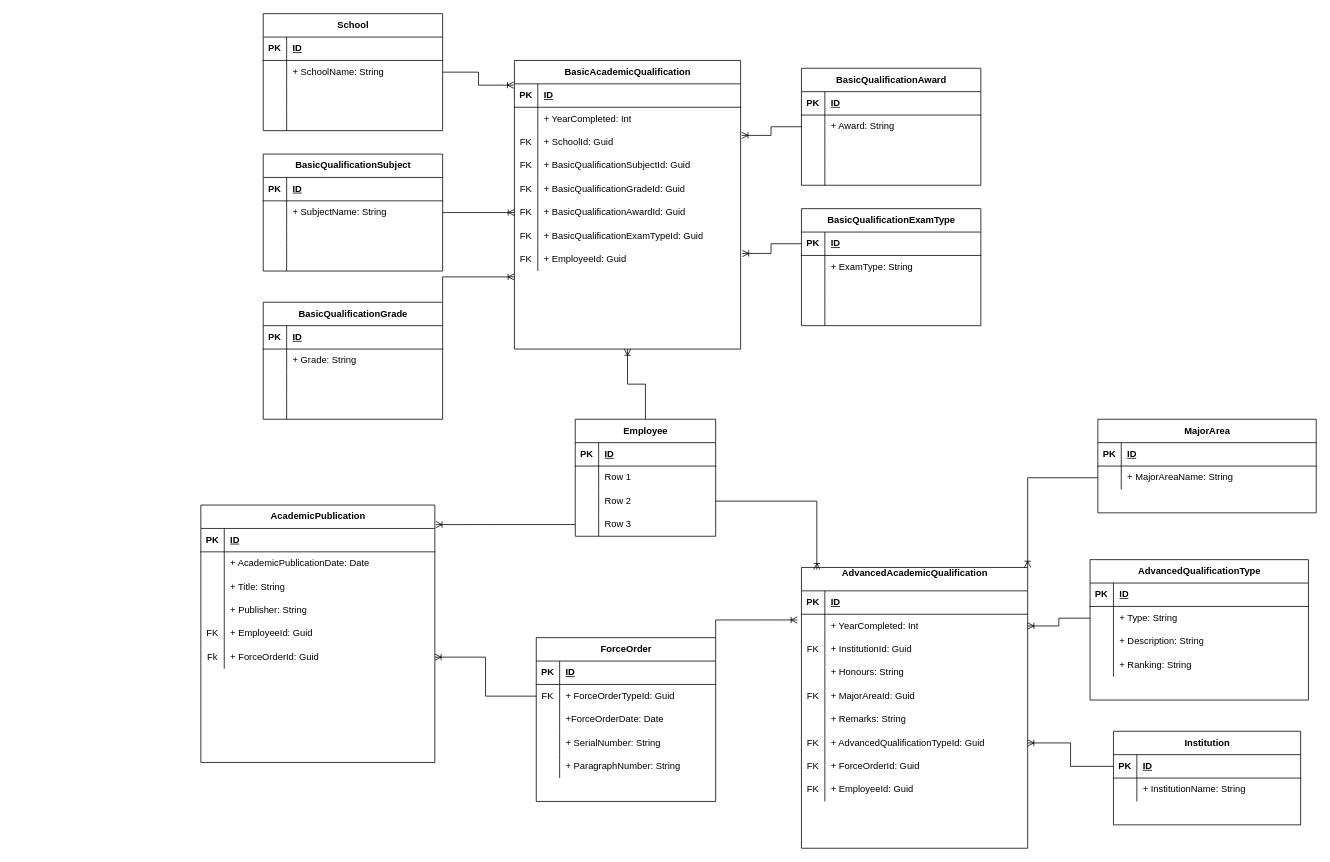
Above: page "Academic Qualifications" (4 of 5) of GDFHrmsDesignDocs.drawio in ResearchAndDevelopmentSignal/GDFHRMSDesignDocs (draw.io), before the change. Source tidied: cells renumbered, new cells numbered last; positions are measured from the earlier drawing's top-left corner, leaving out a move shared by most shapes. Both pictures are drawn from the tidied source at 78%, with x=0, y=0 at pixel (200, 13).
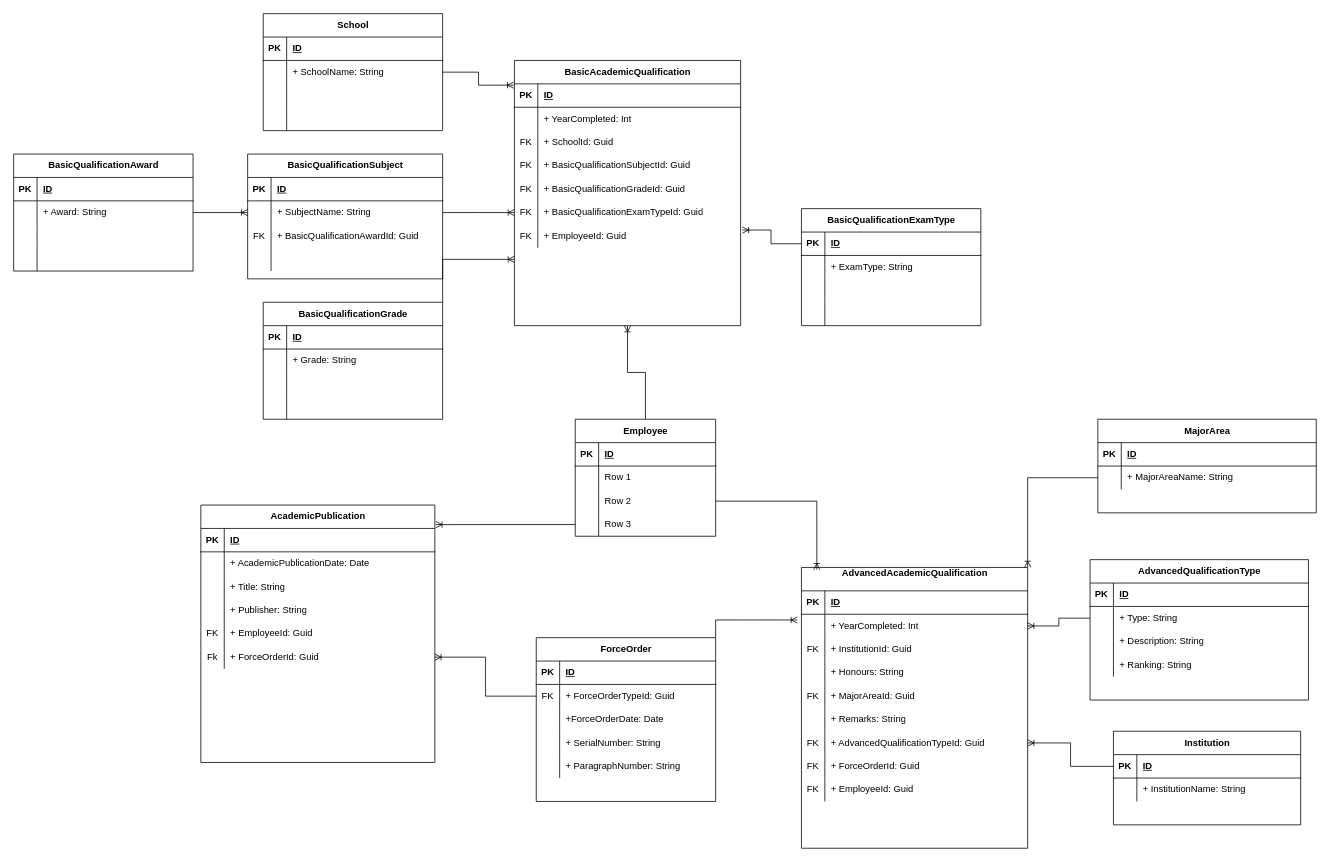
The same page after the edit.

The change refers to these unchanged cells:
```xml
<mxCell id="39" style="shape=tableRow;horizontal=0;startSize=0;swimlaneHead=0;swimlaneBody=0;fillColor=none;points=[[0,0.5],[1,0.5]];portConstraint=eastwest;top=0;left=0;right=0;bottom=0;" parent="32" vertex="1">
  <mxGeometry y="90" width="290" height="30" as="geometry" />
</mxCell>
<mxCell id="89" style="shape=tableRow;horizontal=0;startSize=0;swimlaneHead=0;swimlaneBody=0;fillColor=none;points=[[0,0.5],[1,0.5]];portConstraint=eastwest;top=0;left=0;right=0;bottom=0;" parent="85" vertex="1">
  <mxGeometry y="60" width="230" height="30" as="geometry" />
</mxCell>
```

Change to the diagram source:
```diff
@@
     <mxCell id="32" value="BasicAcademicQualification" style="shape=table;startSize=30;childLayout=tableLayout;rowLines=0;fontStyle=1;align=center;html=1;swimlaneLine=1;shadow=0;" parent="1" vertex="1">
-      <mxGeometry x="402" y="60" width="290" height="370" as="geometry" />
+      <mxGeometry x="402" y="60" width="290" height="340" as="geometry" />
     </mxCell>
@@
-    <mxCell id="48" style="shape=tableRow;horizontal=0;startSize=0;swimlaneHead=0;swimlaneBody=0;fillColor=none;points=[[0,0.5],[1,0.5]];portConstraint=eastwest;top=0;left=0;right=0;bottom=0;" parent="32" vertex="1">
-      <mxGeometry y="180" width="290" height="30" as="geometry" />
-    </mxCell>
-    <mxCell id="49" value="FK" style="shape=partialRectangle;fillColor=none;top=0;left=0;bottom=0;right=0;overflow=hidden;whiteSpace=wrap;html=1;" parent="48" vertex="1">
-      <mxGeometry width="30" height="30" as="geometry" />
-    </mxCell>
-    <mxCell id="50" value="+ BasicQualificationAwardId: Guid" style="shape=partialRectangle;fillColor=none;top=0;left=0;bottom=0;right=0;align=left;spacingLeft=6;overflow=hidden;whiteSpace=wrap;html=1;" parent="48" vertex="1">
-      <mxGeometry x="30" width="260" height="30" as="geometry" />
-    </mxCell>
     <mxCell id="51" style="shape=tableRow;horizontal=0;startSize=0;swimlaneHead=0;swimlaneBody=0;fillColor=none;top=0;left=0;right=0;bottom=0;" parent="32" vertex="1">
-      <mxGeometry y="210" width="290" height="30" as="geometry" />
+      <mxGeometry y="180" width="290" height="30" as="geometry" />
     </mxCell>
@@
     <mxCell id="54" style="shape=tableRow;horizontal=0;startSize=0;swimlaneHead=0;swimlaneBody=0;fillColor=none;points=[[0,0.5],[1,0.5]];portConstraint=eastwest;top=0;left=0;right=0;bottom=0;" parent="32" vertex="1">
-      <mxGeometry y="240" width="290" height="30" as="geometry" />
+      <mxGeometry y="210" width="290" height="30" as="geometry" />
     </mxCell>
@@
     <mxCell id="57" value="BasicQualificationSubject" style="shape=table;startSize=30;childLayout=tableLayout;rowLines=0;fontStyle=1;align=center;html=1;" parent="1" vertex="1">
-      <mxGeometry x="80" y="180" width="230" height="150" as="geometry" />
+      <mxGeometry x="60" y="180" width="250" height="160" as="geometry" />
     </mxCell>
     <mxCell id="58" style="shape=tableRow;horizontal=0;startSize=0;swimlaneHead=0;swimlaneBody=0;fillColor=none;top=0;left=0;right=0;bottom=1;" parent="57" vertex="1">
-      <mxGeometry y="30" width="230" height="30" as="geometry" />
+      <mxGeometry y="30" width="250" height="30" as="geometry" />
     </mxCell>
@@
     <mxCell id="60" value="ID" style="shape=partialRectangle;fillColor=none;top=0;left=0;bottom=0;right=0;align=left;spacingLeft=6;fontStyle=5;overflow=hidden;whiteSpace=wrap;html=1;" parent="58" vertex="1">
-      <mxGeometry x="30" width="200" height="30" as="geometry" />
+      <mxGeometry x="30" width="220" height="30" as="geometry" />
     </mxCell>
     <mxCell id="61" style="shape=tableRow;horizontal=0;startSize=0;swimlaneHead=0;swimlaneBody=0;fillColor=none;points=[[0,0.5],[1,0.5]];portConstraint=eastwest;top=0;left=0;right=0;bottom=0;" parent="57" vertex="1">
-      <mxGeometry y="60" width="230" height="30" as="geometry" />
+      <mxGeometry y="60" width="250" height="30" as="geometry" />
     </mxCell>
@@
     <mxCell id="63" value="+ SubjectName: String" style="shape=partialRectangle;fillColor=none;top=0;left=0;bottom=0;right=0;align=left;spacingLeft=6;overflow=hidden;whiteSpace=wrap;html=1;" parent="61" vertex="1">
-      <mxGeometry x="30" width="200" height="30" as="geometry" />
+      <mxGeometry x="30" width="220" height="30" as="geometry" />
     </mxCell>
     <mxCell id="64" style="shape=tableRow;horizontal=0;startSize=0;swimlaneHead=0;swimlaneBody=0;fillColor=none;top=0;left=0;right=0;bottom=0;" parent="57" vertex="1">
-      <mxGeometry y="90" width="230" height="30" as="geometry" />
+      <mxGeometry y="90" width="250" height="30" as="geometry" />
     </mxCell>
-    <mxCell id="65" style="shape=partialRectangle;fillColor=none;top=0;left=0;bottom=0;right=0;overflow=hidden;whiteSpace=wrap;html=1;" parent="64" vertex="1">
+    <mxCell id="65" value="FK" style="shape=partialRectangle;fillColor=none;top=0;left=0;bottom=0;right=0;overflow=hidden;whiteSpace=wrap;html=1;" parent="64" vertex="1">
       <mxGeometry width="30" height="30" as="geometry" />
     </mxCell>
-    <mxCell id="66" style="shape=partialRectangle;fillColor=none;top=0;left=0;bottom=0;right=0;align=left;spacingLeft=6;overflow=hidden;whiteSpace=wrap;html=1;" parent="64" vertex="1">
-      <mxGeometry x="30" width="200" height="30" as="geometry" />
+    <mxCell id="66" value="+ BasicQualificationAwardId: Guid" style="shape=partialRectangle;fillColor=none;top=0;left=0;bottom=0;right=0;align=left;spacingLeft=6;overflow=hidden;whiteSpace=wrap;html=1;" parent="64" vertex="1">
+      <mxGeometry x="30" width="220" height="30" as="geometry" />
     </mxCell>
     <mxCell id="67" style="shape=tableRow;horizontal=0;startSize=0;swimlaneHead=0;swimlaneBody=0;fillColor=none;top=0;left=0;right=0;bottom=0;" parent="57" vertex="1">
-      <mxGeometry y="120" width="230" height="30" as="geometry" />
+      <mxGeometry y="120" width="250" height="30" as="geometry" />
     </mxCell>
@@
     <mxCell id="69" style="shape=partialRectangle;fillColor=none;top=0;left=0;bottom=0;right=0;align=left;spacingLeft=6;overflow=hidden;whiteSpace=wrap;html=1;" parent="67" vertex="1">
-      <mxGeometry x="30" width="200" height="30" as="geometry" />
+      <mxGeometry x="30" width="220" height="30" as="geometry" />
     </mxCell>
@@
     <mxCell id="85" value="BasicQualificationAward" style="shape=table;startSize=30;childLayout=tableLayout;rowLines=0;fontStyle=1;align=center;html=1;" parent="1" vertex="1">
-      <mxGeometry x="770" y="70" width="230" height="150" as="geometry" />
+      <mxGeometry x="-240" y="180" width="230" height="150" as="geometry" />
     </mxCell>
@@
-    <mxCell id="125" style="edgeStyle=orthogonalEdgeStyle;rounded=0;jettySize=auto;html=1;exitX=1;exitY=0.5;exitDx=0;exitDy=0;entryX=0;entryY=0.5;entryDx=0;entryDy=0;endArrow=ERoneToMany;endFill=0;" parent="1" edge="1" source="61" target="48">
-      <mxGeometry relative="1" as="geometry" />
+    <mxCell id="125" style="edgeStyle=orthogonalEdgeStyle;rounded=0;jettySize=auto;html=1;exitX=1;exitY=0.5;exitDx=0;exitDy=0;entryX=0;entryY=0.5;entryDx=0;entryDy=0;endArrow=ERoneToMany;endFill=0;" parent="1" edge="1" source="61">
+      <mxGeometry relative="1" as="geometry">
+        <mxPoint x="402" y="255" as="targetPoint" />
+      </mxGeometry>
     </mxCell>
@@
-    <mxCell id="127" style="edgeStyle=orthogonalEdgeStyle;rounded=0;jettySize=auto;html=1;exitX=0;exitY=0.5;exitDx=0;exitDy=0;entryX=1.005;entryY=0.202;entryDx=0;entryDy=0;entryPerimeter=0;endArrow=ERoneToMany;endFill=0;" parent="1" edge="1" source="89" target="39">
-      <mxGeometry relative="1" as="geometry" />
-    </mxCell>
@@
+    <mxCell id="209" style="edgeStyle=orthogonalEdgeStyle;rounded=0;jettySize=auto;html=1;exitX=1;exitY=0.5;exitDx=0;exitDy=0;entryX=0;entryY=0.5;entryDx=0;entryDy=0;endArrow=ERoneToMany;endFill=0;" parent="1" edge="1" source="89" target="61">
+      <mxGeometry relative="1" as="geometry" />
+    </mxCell>
```
